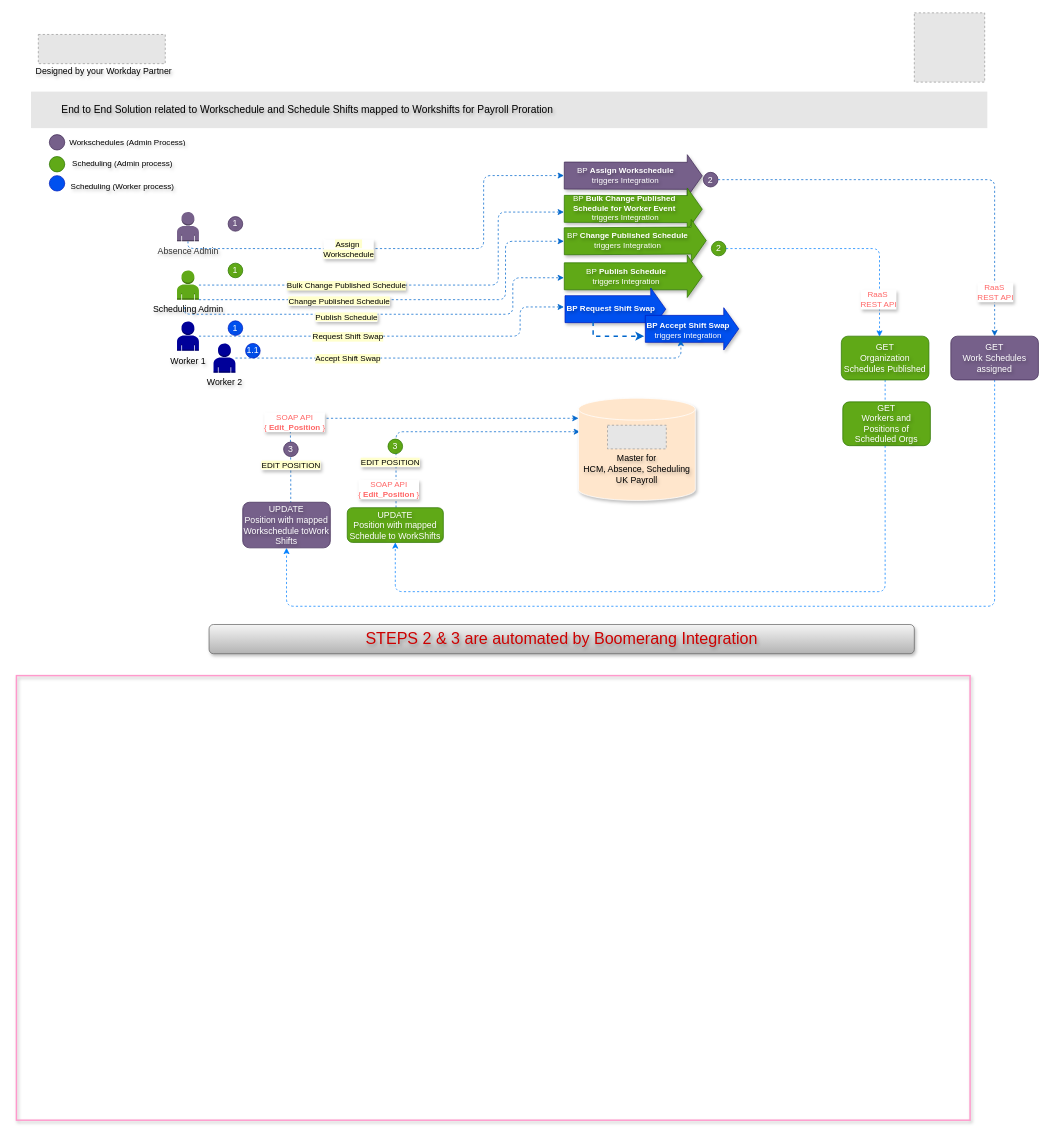
sandyaroma/sandyaroma keeps this draw.io diagram as Leonardo Hotels Boomerang v1.drawio. Above is the earlier version. Source tidied: cells renumbered, new cells numbered last; positions are measured from the earlier drawing's top-left corner, leaving out a move shared by most shapes. Both pictures are drawn from the tidied source at 73%, with x=0, y=0 at pixel (16, 12). Pictures stored in the file or linked from it are replaced by grey dashed boxes.
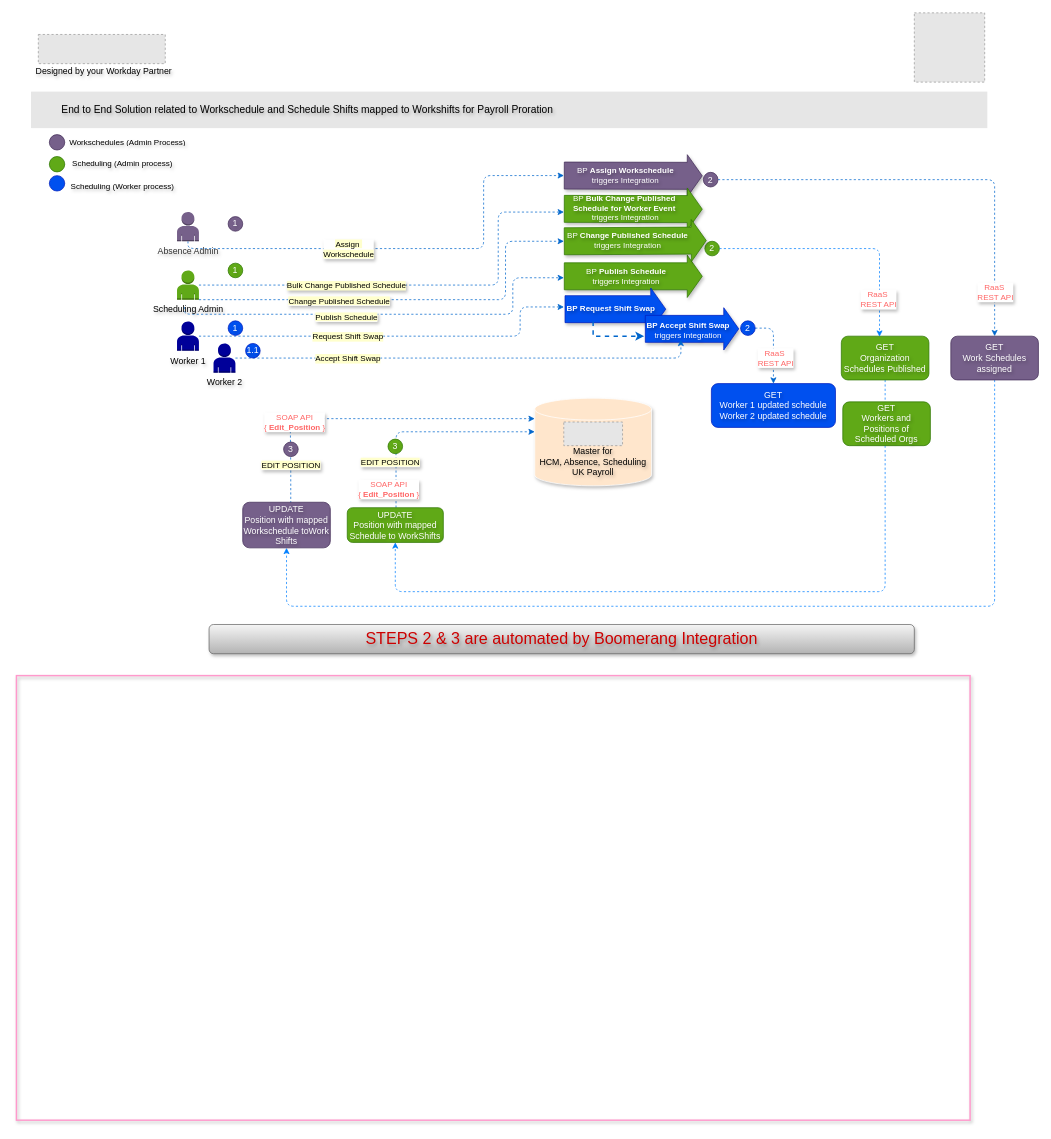
The same diagram, later.

Commit message (it also covers changes not shown here):
Mettre à jour Leonardo Hotels Boomerang v1.drawio

The edit, as a diff of the source:
```diff
@@
-    <mxCell id="2" style="edgeStyle=orthogonalEdgeStyle;rounded=1;orthogonalLoop=1;jettySize=auto;html=1;entryX=0;entryY=0;entryDx=0;entryDy=97.5;entryPerimeter=0;curved=0;dashed=1;strokeColor=#0066CC;textShadow=1;" parent="1" edge="1">
+    <mxCell id="2" style="edgeStyle=orthogonalEdgeStyle;rounded=1;orthogonalLoop=1;jettySize=auto;html=1;curved=0;dashed=1;strokeColor=#0066CC;textShadow=1;" parent="1" edge="1">
       <mxGeometry relative="1" as="geometry">
         <mxPoint x="375.8" y="678" as="sourcePoint" />
-        <mxPoint x="770" y="555.5" as="targetPoint" />
+        <mxPoint x="710" y="556" as="targetPoint" />
         <Array as="points">
           <mxPoint x="376.1" y="625" />
           <mxPoint x="375.1" y="556" />
         </Array>
       </mxGeometry>
     </mxCell>
-    <mxCell id="3" style="edgeStyle=orthogonalEdgeStyle;rounded=1;orthogonalLoop=1;jettySize=auto;html=1;entryX=0.013;entryY=0.828;entryDx=0;entryDy=0;entryPerimeter=0;curved=0;dashed=1;strokeColor=#0066CC;textShadow=1;" parent="1" edge="1">
+    <mxCell id="3" style="edgeStyle=orthogonalEdgeStyle;rounded=1;orthogonalLoop=1;jettySize=auto;html=1;curved=0;dashed=1;strokeColor=#0066CC;textShadow=1;" parent="1" edge="1">
       <mxGeometry relative="1" as="geometry">
         <mxPoint x="520" y="678" as="sourcePoint" />
-        <mxPoint x="772" y="573.9" as="targetPoint" />
+        <mxPoint x="710" y="574" as="targetPoint" />
         <Array as="points">
           <mxPoint x="520" y="574" />
         </Array>
       </mxGeometry>
     </mxCell>
@@
     <mxCell id="6" value="&lt;div&gt;&lt;br&gt;&lt;/div&gt;&lt;div&gt;&lt;br&gt;&lt;/div&gt;&lt;div&gt;&lt;span style=&quot;background-color: initial;&quot;&gt;Master for&lt;/span&gt;&lt;/div&gt;&lt;div&gt;&lt;span style=&quot;background-color: initial;&quot;&gt;HCM, Absence, Scheduling&lt;/span&gt;&lt;br&gt;&lt;/div&gt;&lt;div&gt;&lt;span style=&quot;background-color: initial;&quot;&gt;UK Payroll&lt;/span&gt;&lt;/div&gt;" style="shape=cylinder3;whiteSpace=wrap;html=1;boundedLbl=1;backgroundOutline=1;size=15;fillColor=#ffe6cc;strokeColor=#FFFFFF;shadow=1;textShadow=1;" parent="1" vertex="1">
-      <mxGeometry x="770" y="528" width="160" height="140" as="geometry" />
+      <mxGeometry x="710" y="528" width="160" height="120" as="geometry" />
     </mxCell>
     <mxCell id="7" style="fillColor=#E6E6E6;strokeColor=#999999;dashed=1;verticalLabelPosition=bottom;labelBackgroundColor=default;verticalAlign=top;" parent="1" vertex="1">
-      <mxGeometry x="809.7" y="565" width="80.5" height="32.4" as="geometry" />
+      <mxGeometry x="749.8" y="560.6" width="80.5" height="32.4" as="geometry" />
     </mxCell>
@@
     <mxCell id="28" value="2" style="ellipse;whiteSpace=wrap;html=1;fillColor=#60a917;strokeColor=#2D7600;fontColor=#ffffff;align=center;verticalAlign=middle;fontFamily=Helvetica;fontSize=12;textShadow=1;" parent="1" vertex="1">
-      <mxGeometry x="952" y="313" width="20" height="20" as="geometry" />
+      <mxGeometry x="943" y="313" width="20" height="20" as="geometry" />
     </mxCell>
@@
+    <mxCell id="70" style="edgeStyle=orthogonalEdgeStyle;rounded=1;jettySize=auto;html=1;entryX=0.5;entryY=0;entryDx=0;entryDy=0;dashed=1;curved=0;strokeColor=#0066CC;" parent="1" edge="1" source="71" target="72">
+      <mxGeometry relative="1" as="geometry">
+        <Array as="points">
+          <mxPoint x="1037" y="432" />
+        </Array>
+      </mxGeometry>
+    </mxCell>
+    <mxCell id="71" value="2" style="ellipse;whiteSpace=wrap;html=1;fillColor=#0050ef;strokeColor=#001DBC;fontColor=#ffffff;align=center;verticalAlign=middle;fontFamily=Helvetica;fontSize=12;textShadow=1;" parent="1" vertex="1">
+      <mxGeometry x="992" y="422" width="20" height="20" as="geometry" />
+    </mxCell>
+    <mxCell id="72" value="GET&lt;div&gt;Worker 1 updated schedule&lt;/div&gt;&lt;div&gt;Worker 2 updated schedule&lt;/div&gt;" style="rounded=1;whiteSpace=wrap;html=1;fillColor=#0050ef;strokeColor=#001DBC;textShadow=1;fontColor=#ffffff;" parent="1" vertex="1">
+      <mxGeometry x="952" y="508" width="170" height="60" as="geometry" />
+    </mxCell>
+    <mxCell id="73" value="&lt;font color=&quot;#ff6666&quot;&gt;RaaS&amp;nbsp;&lt;/font&gt;&lt;div&gt;&lt;font color=&quot;#ff6666&quot;&gt;REST API&lt;/font&gt;&lt;/div&gt;" style="edgeLabel;html=1;align=center;verticalAlign=middle;textShadow=1;" parent="1" vertex="1">
+      <mxGeometry x="1190" y="403" as="geometry">
+        <mxPoint x="-151" y="69" as="offset" />
+      </mxGeometry>
+    </mxCell>
```
